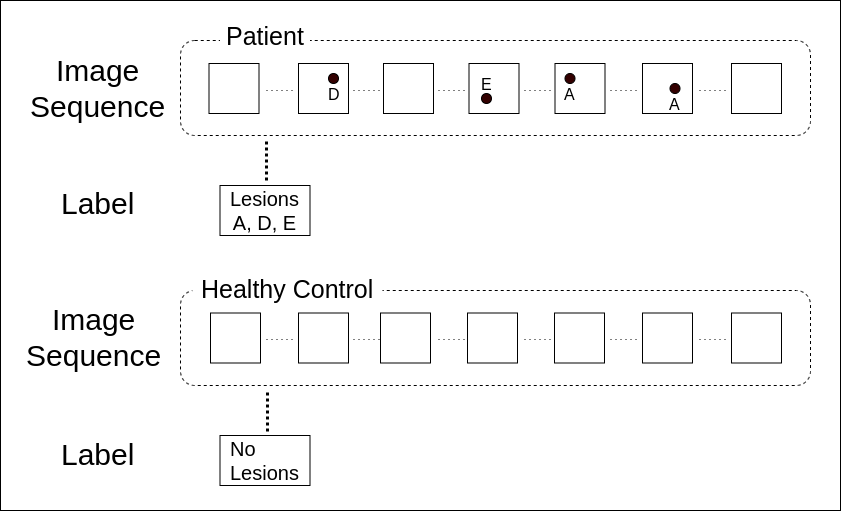
Above: fig/ieice0_1.png in shinn1r0/endoscopic_images2karte (draw.io), before the change. Source tidied: cells renumbered, new cells last; positions are measured from the earlier drawing's top-left corner, leaving out a move shared by most shapes. The source it was exported from:
```xml
<mxGraphModel>
  <root>
    <mxCell id="0" />
    <mxCell id="1" parent="0" />
    <mxCell id="2" style="rounded=0;whiteSpace=wrap;html=1;" parent="1" vertex="1">
      <mxGeometry width="840" height="510" as="geometry" />
    </mxCell>
    <mxCell id="3" style="rounded=1;whiteSpace=wrap;html=1;fillColor=#FFFFFF;dashed=1;perimeterSpacing=10;" parent="1" vertex="1">
      <mxGeometry x="180" y="40" width="630" height="95" as="geometry" />
    </mxCell>
    <mxCell id="4" style="rounded=0;whiteSpace=wrap;html=1;" parent="1" vertex="1">
      <mxGeometry x="208.5" y="63" width="50" height="50" as="geometry" />
    </mxCell>
    <mxCell id="5" style="rounded=0;whiteSpace=wrap;html=1;" parent="1" vertex="1">
      <mxGeometry x="298" y="63" width="50" height="50" as="geometry" />
    </mxCell>
    <mxCell id="6" style="rounded=0;whiteSpace=wrap;html=1;" parent="1" vertex="1">
      <mxGeometry x="383" y="63" width="50" height="50" as="geometry" />
    </mxCell>
    <mxCell id="7" style="rounded=0;whiteSpace=wrap;html=1;" parent="1" vertex="1">
      <mxGeometry x="468.5" y="63" width="50" height="50" as="geometry" />
    </mxCell>
    <mxCell id="8" style="rounded=0;whiteSpace=wrap;html=1;" parent="1" vertex="1">
      <mxGeometry x="554.5" y="63" width="50" height="50" as="geometry" />
    </mxCell>
    <mxCell id="9" style="rounded=0;whiteSpace=wrap;html=1;" parent="1" vertex="1">
      <mxGeometry x="642" y="63" width="50" height="50" as="geometry" />
    </mxCell>
    <mxCell id="10" style="rounded=0;whiteSpace=wrap;html=1;" parent="1" vertex="1">
      <mxGeometry x="731" y="63" width="50" height="50" as="geometry" />
    </mxCell>
    <mxCell id="11" style="ellipse;whiteSpace=wrap;html=1;fillColor=#330000;" parent="1" vertex="1">
      <mxGeometry x="328" y="73" width="10" height="10" as="geometry" />
    </mxCell>
    <mxCell id="12" style="ellipse;whiteSpace=wrap;html=1;fillColor=#330000;" parent="1" vertex="1">
      <mxGeometry x="481" y="93" width="10" height="10" as="geometry" />
    </mxCell>
    <mxCell id="13" style="ellipse;whiteSpace=wrap;html=1;fillColor=#330000;" parent="1" vertex="1">
      <mxGeometry x="564.5" y="73" width="10" height="10" as="geometry" />
    </mxCell>
    <mxCell id="14" value="&lt;font style=&quot;font-size: 16px&quot;&gt;D&lt;/font&gt;" style="text;html=1;align=center;verticalAlign=middle;" parent="1" vertex="1">
      <mxGeometry x="319" y="83" width="30" height="20" as="geometry" />
    </mxCell>
    <mxCell id="15" value="&lt;font style=&quot;font-size: 16px&quot;&gt;E&lt;/font&gt;" style="text;html=1;align=center;verticalAlign=middle;" parent="1" vertex="1">
      <mxGeometry x="471" y="73" width="30" height="20" as="geometry" />
    </mxCell>
    <mxCell id="16" value="&lt;font style=&quot;font-size: 16px&quot;&gt;A&lt;/font&gt;" style="text;html=1;align=center;verticalAlign=middle;" parent="1" vertex="1">
      <mxGeometry x="554.5" y="83" width="30" height="20" as="geometry" />
    </mxCell>
    <mxCell id="17" style="ellipse;whiteSpace=wrap;html=1;fillColor=#330000;" parent="1" vertex="1">
      <mxGeometry x="669.5" y="83" width="10" height="10" as="geometry" />
    </mxCell>
    <mxCell id="18" value="&lt;font style=&quot;font-size: 16px&quot;&gt;A&lt;/font&gt;" style="text;html=1;align=center;verticalAlign=middle;" parent="1" vertex="1">
      <mxGeometry x="659.5" y="93" width="30" height="20" as="geometry" />
    </mxCell>
    <mxCell id="19" value="&lt;font style=&quot;font-size: 20px&quot;&gt;Lesions&lt;br&gt;A, D, E&lt;/font&gt;" style="text;html=1;align=center;verticalAlign=middle;strokeColor=#000000;" parent="1" vertex="1">
      <mxGeometry x="219.5" y="185" width="90" height="50" as="geometry" />
    </mxCell>
    <mxCell id="20" style="rounded=1;whiteSpace=wrap;html=1;fillColor=#FFFFFF;dashed=1;perimeterSpacing=10;" parent="1" vertex="1">
      <mxGeometry x="180" y="290" width="630" height="95" as="geometry" />
    </mxCell>
    <mxCell id="21" style="rounded=0;whiteSpace=wrap;html=1;" parent="1" vertex="1">
      <mxGeometry x="210" y="312.5" width="50" height="50" as="geometry" />
    </mxCell>
    <mxCell id="22" style="rounded=0;whiteSpace=wrap;html=1;" parent="1" vertex="1">
      <mxGeometry x="298" y="312.5" width="50" height="50" as="geometry" />
    </mxCell>
    <mxCell id="23" style="rounded=0;whiteSpace=wrap;html=1;" parent="1" vertex="1">
      <mxGeometry x="380" y="312.5" width="50" height="50" as="geometry" />
    </mxCell>
    <mxCell id="24" style="rounded=0;whiteSpace=wrap;html=1;" parent="1" vertex="1">
      <mxGeometry x="467" y="312.5" width="50" height="50" as="geometry" />
    </mxCell>
    <mxCell id="25" style="rounded=0;whiteSpace=wrap;html=1;" parent="1" vertex="1">
      <mxGeometry x="554" y="312.5" width="50" height="50" as="geometry" />
    </mxCell>
    <mxCell id="26" style="rounded=0;whiteSpace=wrap;html=1;" parent="1" vertex="1">
      <mxGeometry x="642" y="312.5" width="50" height="50" as="geometry" />
    </mxCell>
    <mxCell id="27" style="rounded=0;whiteSpace=wrap;html=1;" parent="1" vertex="1">
      <mxGeometry x="731" y="312.5" width="50" height="50" as="geometry" />
    </mxCell>
    <mxCell id="28" value="&lt;font style=&quot;font-size: 20px&quot;&gt;No&lt;br&gt;Lesions&lt;/font&gt;" style="text;html=1;align=left;verticalAlign=middle;strokeColor=#000000;spacingLeft=7;" parent="1" vertex="1">
      <mxGeometry x="219.5" y="435" width="90" height="50" as="geometry" />
    </mxCell>
    <mxCell id="29" value="&lt;font style=&quot;font-size: 30px&quot;&gt;Image&lt;br&gt;Sequence&lt;br&gt;&lt;/font&gt;" style="text;html=1;align=center;verticalAlign=middle;" parent="1" vertex="1">
      <mxGeometry x="22" y="63" width="150" height="50" as="geometry" />
    </mxCell>
    <mxCell id="30" value="&lt;font style=&quot;font-size: 30px&quot;&gt;Label&lt;br&gt;&lt;/font&gt;" style="text;html=1;align=center;verticalAlign=middle;" parent="1" vertex="1">
      <mxGeometry x="52" y="188" width="90" height="30" as="geometry" />
    </mxCell>
    <mxCell id="31" value="&lt;font style=&quot;font-size: 25px&quot;&gt;Patient&lt;/font&gt;" style="text;html=1;align=center;verticalAlign=middle;strokeColor=none;labelBackgroundColor=#ffffff;fillColor=#ffffff;" parent="1" vertex="1">
      <mxGeometry x="219.5" y="25" width="90" height="20" as="geometry" />
    </mxCell>
    <mxCell id="32" value="&lt;font&gt;&lt;font style=&quot;font-size: 25px&quot;&gt;Healthy Control&lt;/font&gt;&lt;br&gt;&lt;/font&gt;" style="text;html=1;align=center;verticalAlign=middle;strokeColor=none;labelBackgroundColor=#ffffff;fillColor=#ffffff;" parent="1" vertex="1">
      <mxGeometry x="192" y="278" width="190" height="20" as="geometry" />
    </mxCell>
    <mxCell id="33" value="&lt;font style=&quot;font-size: 30px&quot;&gt;Image&lt;br&gt;Sequence&lt;br&gt;&lt;/font&gt;" style="text;html=1;align=center;verticalAlign=middle;" parent="1" vertex="1">
      <mxGeometry x="18" y="312" width="150" height="50" as="geometry" />
    </mxCell>
    <mxCell id="34" value="&lt;font style=&quot;font-size: 30px&quot;&gt;Label&lt;br&gt;&lt;/font&gt;" style="text;html=1;align=center;verticalAlign=middle;" parent="1" vertex="1">
      <mxGeometry x="52" y="439" width="90" height="30" as="geometry" />
    </mxCell>
    <mxCell id="35" style="endArrow=none;dashed=1;html=1;dashPattern=1 1;strokeWidth=3;" parent="1" edge="1">
      <mxGeometry relative="1" as="geometry">
        <mxPoint x="266" y="180" as="sourcePoint" />
        <mxPoint x="266" y="139" as="targetPoint" />
      </mxGeometry>
    </mxCell>
    <mxCell id="36" style="endArrow=none;dashed=1;html=1;dashPattern=1 1;strokeWidth=3;" parent="1" edge="1">
      <mxGeometry relative="1" as="geometry">
        <mxPoint x="267" y="431" as="sourcePoint" />
        <mxPoint x="267" y="390" as="targetPoint" />
      </mxGeometry>
    </mxCell>
    <mxCell id="37" style="endArrow=none;dashed=1;html=1;dashPattern=1 4;strokeWidth=1;" parent="1" edge="1">
      <mxGeometry relative="1" as="geometry">
        <mxPoint x="266" y="90" as="sourcePoint" />
        <mxPoint x="293" y="90" as="targetPoint" />
      </mxGeometry>
    </mxCell>
    <mxCell id="38" style="endArrow=none;dashed=1;html=1;dashPattern=1 4;strokeWidth=1;" parent="1" edge="1">
      <mxGeometry relative="1" as="geometry">
        <mxPoint x="353" y="90" as="sourcePoint" />
        <mxPoint x="380" y="90" as="targetPoint" />
      </mxGeometry>
    </mxCell>
    <mxCell id="39" style="endArrow=none;dashed=1;html=1;dashPattern=1 4;strokeWidth=1;" parent="1" edge="1">
      <mxGeometry relative="1" as="geometry">
        <mxPoint x="438" y="90" as="sourcePoint" />
        <mxPoint x="465" y="90" as="targetPoint" />
      </mxGeometry>
    </mxCell>
    <mxCell id="40" style="endArrow=none;dashed=1;html=1;dashPattern=1 4;strokeWidth=1;" parent="1" edge="1">
      <mxGeometry relative="1" as="geometry">
        <mxPoint x="524" y="90" as="sourcePoint" />
        <mxPoint x="551" y="90" as="targetPoint" />
      </mxGeometry>
    </mxCell>
    <mxCell id="41" style="endArrow=none;dashed=1;html=1;dashPattern=1 4;strokeWidth=1;" parent="1" edge="1">
      <mxGeometry relative="1" as="geometry">
        <mxPoint x="610" y="90" as="sourcePoint" />
        <mxPoint x="637" y="90" as="targetPoint" />
      </mxGeometry>
    </mxCell>
    <mxCell id="42" style="endArrow=none;dashed=1;html=1;dashPattern=1 4;strokeWidth=1;" parent="1" edge="1">
      <mxGeometry relative="1" as="geometry">
        <mxPoint x="699" y="90" as="sourcePoint" />
        <mxPoint x="726" y="90" as="targetPoint" />
      </mxGeometry>
    </mxCell>
    <mxCell id="43" style="endArrow=none;dashed=1;html=1;dashPattern=1 4;strokeWidth=1;" parent="1" edge="1">
      <mxGeometry relative="1" as="geometry">
        <mxPoint x="266" y="339" as="sourcePoint" />
        <mxPoint x="293" y="339" as="targetPoint" />
      </mxGeometry>
    </mxCell>
    <mxCell id="44" style="endArrow=none;dashed=1;html=1;dashPattern=1 4;strokeWidth=1;" parent="1" edge="1">
      <mxGeometry relative="1" as="geometry">
        <mxPoint x="353" y="339" as="sourcePoint" />
        <mxPoint x="380" y="339" as="targetPoint" />
      </mxGeometry>
    </mxCell>
    <mxCell id="45" style="endArrow=none;dashed=1;html=1;dashPattern=1 4;strokeWidth=1;" parent="1" edge="1">
      <mxGeometry relative="1" as="geometry">
        <mxPoint x="438" y="339" as="sourcePoint" />
        <mxPoint x="465" y="339" as="targetPoint" />
      </mxGeometry>
    </mxCell>
    <mxCell id="46" style="endArrow=none;dashed=1;html=1;dashPattern=1 4;strokeWidth=1;" parent="1" edge="1">
      <mxGeometry relative="1" as="geometry">
        <mxPoint x="524" y="339" as="sourcePoint" />
        <mxPoint x="551" y="339" as="targetPoint" />
      </mxGeometry>
    </mxCell>
    <mxCell id="47" style="endArrow=none;dashed=1;html=1;dashPattern=1 4;strokeWidth=1;" parent="1" edge="1">
      <mxGeometry relative="1" as="geometry">
        <mxPoint x="610" y="339" as="sourcePoint" />
        <mxPoint x="637" y="339" as="targetPoint" />
      </mxGeometry>
    </mxCell>
    <mxCell id="48" style="endArrow=none;dashed=1;html=1;dashPattern=1 4;strokeWidth=1;" parent="1" edge="1">
      <mxGeometry relative="1" as="geometry">
        <mxPoint x="699" y="339" as="sourcePoint" />
        <mxPoint x="726" y="339" as="targetPoint" />
      </mxGeometry>
    </mxCell>
  </root>
</mxGraphModel>
```
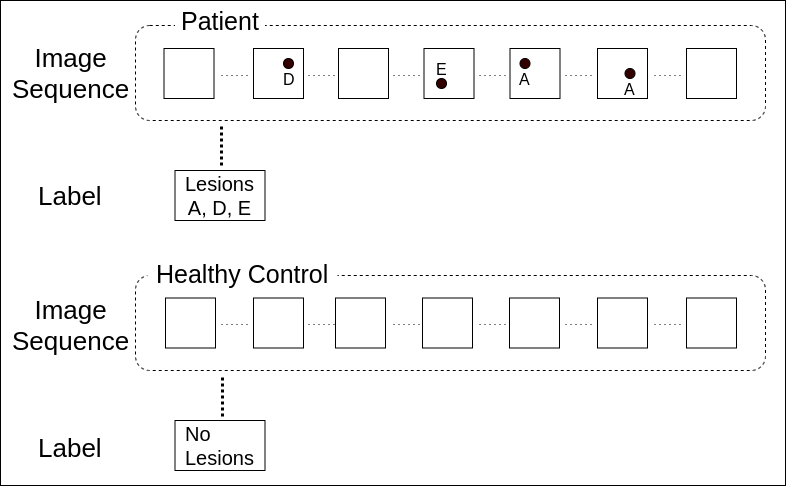
The same file after the commit.

What changed in the source:
```diff
@@ -3,7 +3,7 @@
     <mxCell id="0" />
     <mxCell id="1" parent="0" />
     <mxCell id="2" style="rounded=0;whiteSpace=wrap;html=1;" parent="1" vertex="1">
-      <mxGeometry width="840" height="510" as="geometry" />
+      <mxGeometry x="45" y="15" width="785" height="485" as="geometry" />
     </mxCell>
     <mxCell id="3" style="rounded=1;whiteSpace=wrap;html=1;fillColor=#FFFFFF;dashed=1;perimeterSpacing=10;" parent="1" vertex="1">
       <mxGeometry x="180" y="40" width="630" height="95" as="geometry" />
@@ -83,11 +83,11 @@
     <mxCell id="28" value="&lt;font style=&quot;font-size: 20px&quot;&gt;No&lt;br&gt;Lesions&lt;/font&gt;" style="text;html=1;align=left;verticalAlign=middle;strokeColor=#000000;spacingLeft=7;" parent="1" vertex="1">
       <mxGeometry x="219.5" y="435" width="90" height="50" as="geometry" />
     </mxCell>
-    <mxCell id="29" value="&lt;font style=&quot;font-size: 30px&quot;&gt;Image&lt;br&gt;Sequence&lt;br&gt;&lt;/font&gt;" style="text;html=1;align=center;verticalAlign=middle;" parent="1" vertex="1">
-      <mxGeometry x="22" y="63" width="150" height="50" as="geometry" />
+    <mxCell id="29" value="&lt;font style=&quot;font-size: 26px&quot;&gt;Image&lt;br&gt;Sequence&lt;br&gt;&lt;/font&gt;" style="text;html=1;align=center;verticalAlign=middle;" parent="1" vertex="1">
+      <mxGeometry x="50" y="67.5" width="130" height="40" as="geometry" />
     </mxCell>
-    <mxCell id="30" value="&lt;font style=&quot;font-size: 30px&quot;&gt;Label&lt;br&gt;&lt;/font&gt;" style="text;html=1;align=center;verticalAlign=middle;" parent="1" vertex="1">
-      <mxGeometry x="52" y="188" width="90" height="30" as="geometry" />
+    <mxCell id="30" value="&lt;font&gt;&lt;font style=&quot;font-size: 26px&quot;&gt;Label&lt;/font&gt;&lt;br&gt;&lt;/font&gt;" style="text;html=1;align=center;verticalAlign=middle;" parent="1" vertex="1">
+      <mxGeometry x="75" y="200" width="80" height="20" as="geometry" />
     </mxCell>
     <mxCell id="31" value="&lt;font style=&quot;font-size: 25px&quot;&gt;Patient&lt;/font&gt;" style="text;html=1;align=center;verticalAlign=middle;strokeColor=none;labelBackgroundColor=#ffffff;fillColor=#ffffff;" parent="1" vertex="1">
       <mxGeometry x="219.5" y="25" width="90" height="20" as="geometry" />
@@ -95,12 +95,6 @@
     <mxCell id="32" value="&lt;font&gt;&lt;font style=&quot;font-size: 25px&quot;&gt;Healthy Control&lt;/font&gt;&lt;br&gt;&lt;/font&gt;" style="text;html=1;align=center;verticalAlign=middle;strokeColor=none;labelBackgroundColor=#ffffff;fillColor=#ffffff;" parent="1" vertex="1">
       <mxGeometry x="192" y="278" width="190" height="20" as="geometry" />
     </mxCell>
-    <mxCell id="33" value="&lt;font style=&quot;font-size: 30px&quot;&gt;Image&lt;br&gt;Sequence&lt;br&gt;&lt;/font&gt;" style="text;html=1;align=center;verticalAlign=middle;" parent="1" vertex="1">
-      <mxGeometry x="18" y="312" width="150" height="50" as="geometry" />
-    </mxCell>
-    <mxCell id="34" value="&lt;font style=&quot;font-size: 30px&quot;&gt;Label&lt;br&gt;&lt;/font&gt;" style="text;html=1;align=center;verticalAlign=middle;" parent="1" vertex="1">
-      <mxGeometry x="52" y="439" width="90" height="30" as="geometry" />
-    </mxCell>
     <mxCell id="35" style="endArrow=none;dashed=1;html=1;dashPattern=1 1;strokeWidth=3;" parent="1" edge="1">
       <mxGeometry relative="1" as="geometry">
         <mxPoint x="266" y="180" as="sourcePoint" />
@@ -185,5 +179,11 @@
         <mxPoint x="726" y="339" as="targetPoint" />
       </mxGeometry>
     </mxCell>
+    <mxCell id="33" value="&lt;font style=&quot;font-size: 26px&quot;&gt;Image&lt;br&gt;Sequence&lt;br&gt;&lt;/font&gt;" style="text;html=1;align=center;verticalAlign=middle;" parent="1" vertex="1">
+      <mxGeometry x="50" y="320" width="130" height="40" as="geometry" />
+    </mxCell>
+    <mxCell id="34" value="&lt;font&gt;&lt;font style=&quot;font-size: 26px&quot;&gt;Label&lt;/font&gt;&lt;br&gt;&lt;/font&gt;" style="text;html=1;align=center;verticalAlign=middle;" parent="1" vertex="1">
+      <mxGeometry x="75" y="452.5" width="80" height="20" as="geometry" />
+    </mxCell>
   </root>
 </mxGraphModel>
```
